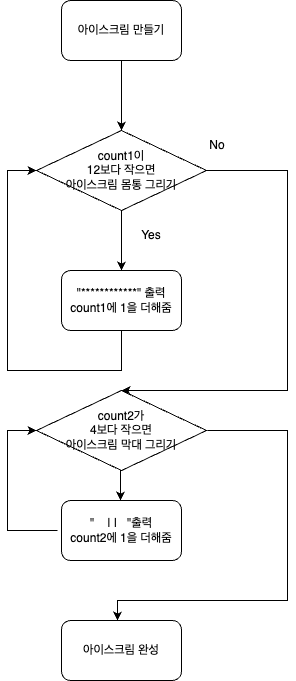
Above: 아이스크림순서도.png in yagom-academy/swift-starter-Round1 (draw.io), before the change. Source tidied: cells renumbered, new cells last; positions are measured from the earlier drawing's top-left corner, leaving out a move shared by most shapes.
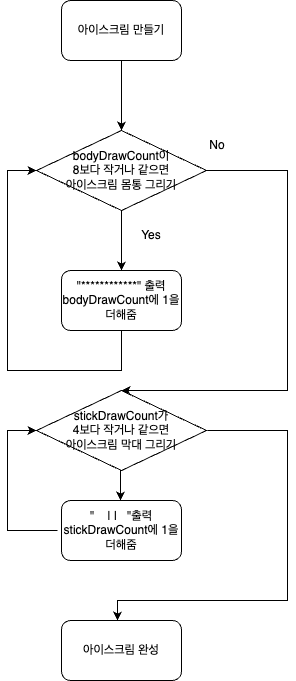
Later version of the same file.

Commit message:
아이스크림 그리기 2차 수정

What changed in the source:
```diff
@@ -5,7 +5,7 @@
     <mxCell id="2" value="아이스크림 만들기" style="rounded=1;whiteSpace=wrap;html=1;" parent="1" vertex="1">
       <mxGeometry x="54" width="120" height="60" as="geometry" />
     </mxCell>
-    <mxCell id="3" value="count1이&lt;br&gt;12보다 작으면&lt;br&gt;아이스크림 몸통 그리기" style="rhombus;whiteSpace=wrap;html=1;" parent="1" vertex="1">
+    <mxCell id="3" value="bodyDrawCount이&lt;br&gt;8보다 작거나 같으면&lt;br&gt;아이스크림 몸통 그리기" style="rhombus;whiteSpace=wrap;html=1;" parent="1" vertex="1">
       <mxGeometry x="29" y="130" width="170" height="80" as="geometry" />
     </mxCell>
     <mxCell id="4" style="endArrow=classic;html=1;rounded=0;" parent="1" edge="1">
@@ -23,7 +23,7 @@
     <mxCell id="6" value="Yes" style="text;html=1;strokeColor=none;fillColor=none;align=center;verticalAlign=middle;whiteSpace=wrap;rounded=0;" parent="1" vertex="1">
       <mxGeometry x="114" y="220" width="60" height="30" as="geometry" />
     </mxCell>
-    <mxCell id="7" value="&quot;************&quot; 출력&lt;br&gt;count1에 1을 더해줌" style="rounded=1;whiteSpace=wrap;html=1;" parent="1" vertex="1">
+    <mxCell id="7" value="&quot;************&quot; 출력&lt;br&gt;bodyDrawCount에 1을 더해줌" style="rounded=1;whiteSpace=wrap;html=1;" parent="1" vertex="1">
       <mxGeometry x="54" y="270" width="120" height="60" as="geometry" />
     </mxCell>
     <mxCell id="8" style="endArrow=classic;html=1;rounded=0;entryX=0.5;entryY=0;entryDx=0;entryDy=0;" parent="1" edge="1" target="11">
@@ -54,10 +54,10 @@
     <mxCell id="10" value="No" style="text;html=1;strokeColor=none;fillColor=none;align=center;verticalAlign=middle;whiteSpace=wrap;rounded=0;" parent="1" vertex="1">
       <mxGeometry x="180" y="130" width="60" height="30" as="geometry" />
     </mxCell>
-    <mxCell id="11" value="count2가&lt;br&gt;4보다 작으면&lt;br&gt;아이스크림 막대 그리기" style="rhombus;whiteSpace=wrap;html=1;" parent="1" vertex="1">
+    <mxCell id="11" value="stickDrawCount가&lt;br&gt;4보다 작거나 같으면&lt;br&gt;아이스크림 막대 그리기" style="rhombus;whiteSpace=wrap;html=1;" parent="1" vertex="1">
       <mxGeometry x="29" y="390" width="170" height="80" as="geometry" />
     </mxCell>
-    <mxCell id="12" value="&quot;&amp;nbsp; &amp;nbsp; | |&amp;nbsp; &amp;nbsp;&quot;출력&lt;br&gt;count2에 1을 더해줌" style="rounded=1;whiteSpace=wrap;html=1;" parent="1" vertex="1">
+    <mxCell id="12" value="&quot;&amp;nbsp; &amp;nbsp; | |&amp;nbsp; &amp;nbsp;&quot;출력&lt;br&gt;stickDrawCount에 1을 더해줌" style="rounded=1;whiteSpace=wrap;html=1;" parent="1" vertex="1">
       <mxGeometry x="54" y="500" width="120" height="60" as="geometry" />
     </mxCell>
     <mxCell id="13" style="endArrow=classic;html=1;rounded=0;" parent="1" edge="1">
```
